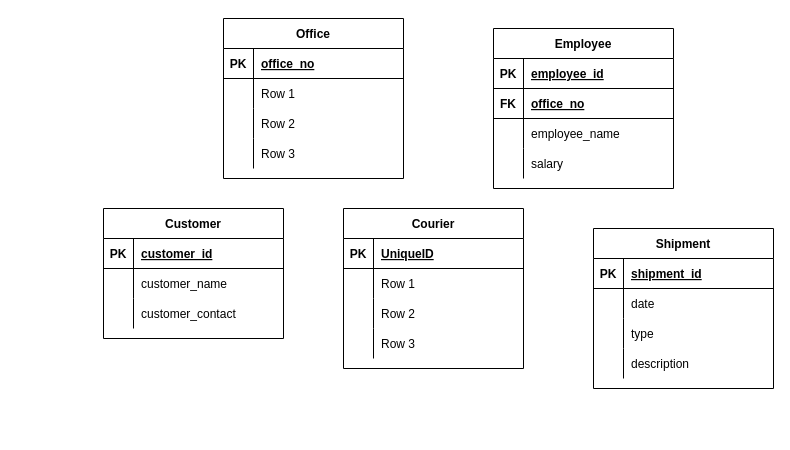
The draw.io diagram Untitled Diagram.drawio in mmuneeburahman/DB, before the edit. Source tidied: cells renumbered, new cells numbered last; positions are measured from the earlier drawing's top-left corner, leaving out a move shared by most shapes. Both pictures are drawn from the tidied source at 100%, with x=0, y=0 at pixel (103, 18).
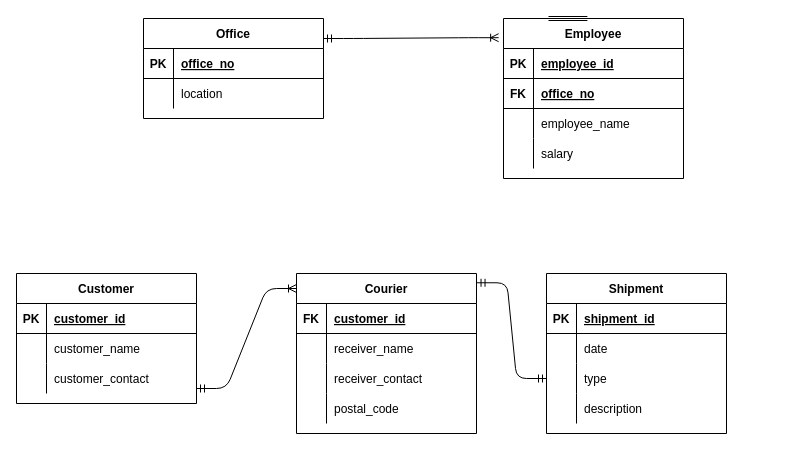
The same page after the edit.

The change refers to these unchanged cells:
```xml
<mxCell id="39" style="shape=partialRectangle;fillColor=none;top=0;left=0;bottom=1;right=0;" parent="38" vertex="1">
  <mxGeometry y="30" width="180" height="30" as="geometry" />
</mxCell>
<mxCell id="42" style="shape=partialRectangle;fillColor=none;top=0;left=0;bottom=0;right=0;" parent="38" vertex="1">
  <mxGeometry y="60" width="180" height="30" as="geometry" />
</mxCell>
<mxCell id="45" style="shape=partialRectangle;fillColor=none;top=0;left=0;bottom=0;right=0;" parent="38" vertex="1">
  <mxGeometry y="90" width="180" height="30" as="geometry" />
</mxCell>
<mxCell id="48" style="shape=partialRectangle;fillColor=none;top=0;left=0;bottom=0;right=0;" parent="38" vertex="1">
  <mxGeometry y="120" width="180" height="30" as="geometry" />
</mxCell>
```

The edit, as a diff of the source:
```diff
@@
-    <mxCell id="2" value="Office" style="shape=table;startSize=30;childLayout=tableLayout;rowLines=0;fontStyle=1;align=center;" parent="1" vertex="1">
-      <mxGeometry x="120" width="180" height="160" as="geometry" />
-    </mxCell>
-    <mxCell id="3" style="shape=partialRectangle;fillColor=none;top=0;left=0;bottom=1;right=0;" parent="2" vertex="1">
-      <mxGeometry y="30" width="180" height="30" as="geometry" />
-    </mxCell>
-    <mxCell id="4" value="PK" style="shape=partialRectangle;fillColor=none;top=0;left=0;bottom=0;right=0;fontStyle=1;overflow=hidden;" parent="3" vertex="1">
-      <mxGeometry width="30" height="30" as="geometry" />
-    </mxCell>
-    <mxCell id="5" value="office_no" style="shape=partialRectangle;fillColor=none;top=0;left=0;bottom=0;right=0;align=left;spacingLeft=6;fontStyle=5;overflow=hidden;" parent="3" vertex="1">
-      <mxGeometry x="30" width="150" height="30" as="geometry" />
-    </mxCell>
-    <mxCell id="6" style="shape=partialRectangle;fillColor=none;top=0;left=0;bottom=0;right=0;" parent="2" vertex="1">
-      <mxGeometry y="60" width="180" height="30" as="geometry" />
-    </mxCell>
-    <mxCell id="7" style="shape=partialRectangle;fillColor=none;top=0;left=0;bottom=0;right=0;overflow=hidden;" parent="6" vertex="1">
-      <mxGeometry width="30" height="30" as="geometry" />
-    </mxCell>
-    <mxCell id="8" value="Row 1" style="shape=partialRectangle;fillColor=none;top=0;left=0;bottom=0;right=0;align=left;spacingLeft=6;overflow=hidden;" parent="6" vertex="1">
-      <mxGeometry x="30" width="150" height="30" as="geometry" />
-    </mxCell>
-    <mxCell id="9" style="shape=partialRectangle;fillColor=none;top=0;left=0;bottom=0;right=0;" parent="2" vertex="1">
-      <mxGeometry y="90" width="180" height="30" as="geometry" />
-    </mxCell>
-    <mxCell id="10" style="shape=partialRectangle;fillColor=none;top=0;left=0;bottom=0;right=0;overflow=hidden;" parent="9" vertex="1">
-      <mxGeometry width="30" height="30" as="geometry" />
-    </mxCell>
-    <mxCell id="11" value="Row 2" style="shape=partialRectangle;fillColor=none;top=0;left=0;bottom=0;right=0;align=left;spacingLeft=6;overflow=hidden;" parent="9" vertex="1">
-      <mxGeometry x="30" width="150" height="30" as="geometry" />
-    </mxCell>
-    <mxCell id="12" style="shape=partialRectangle;fillColor=none;top=0;left=0;bottom=0;right=0;" parent="2" vertex="1">
-      <mxGeometry y="120" width="180" height="30" as="geometry" />
-    </mxCell>
-    <mxCell id="13" style="shape=partialRectangle;fillColor=none;top=0;left=0;bottom=0;right=0;overflow=hidden;" parent="12" vertex="1">
-      <mxGeometry width="30" height="30" as="geometry" />
-    </mxCell>
-    <mxCell id="14" value="Row 3" style="shape=partialRectangle;fillColor=none;top=0;left=0;bottom=0;right=0;align=left;spacingLeft=6;overflow=hidden;" parent="12" vertex="1">
-      <mxGeometry x="30" width="150" height="30" as="geometry" />
-    </mxCell>
     <mxCell id="15" value="Shipment" style="shape=table;startSize=30;childLayout=tableLayout;rowLines=0;fontStyle=1;align=center;" parent="1" vertex="1">
-      <mxGeometry x="490" y="210" width="180" height="160" as="geometry" />
+      <mxGeometry x="443" y="255" width="180" height="160" as="geometry" />
     </mxCell>
@@
     <mxCell id="28" value="Customer" style="shape=table;startSize=30;childLayout=tableLayout;rowLines=0;fontStyle=1;align=center;" parent="1" vertex="1">
-      <mxGeometry y="190" width="180" height="130" as="geometry" />
+      <mxGeometry x="-87" y="255" width="180" height="130" as="geometry" />
     </mxCell>
@@
     <mxCell id="38" value="Courier" style="shape=table;startSize=30;childLayout=tableLayout;rowLines=0;fontStyle=1;align=center;" parent="1" vertex="1">
-      <mxGeometry x="240" y="190" width="180" height="160" as="geometry" />
+      <mxGeometry x="193" y="255" width="180" height="160" as="geometry" />
     </mxCell>
@@
-    <mxCell id="40" value="PK" style="shape=partialRectangle;fillColor=none;top=0;left=0;bottom=0;right=0;fontStyle=1;overflow=hidden;" parent="39" vertex="1">
+    <mxCell id="40" value="FK" style="shape=partialRectangle;fillColor=none;top=0;left=0;bottom=0;right=0;fontStyle=1;overflow=hidden;" parent="39" vertex="1">
       <mxGeometry width="30" height="30" as="geometry" />
     </mxCell>
-    <mxCell id="41" value="UniqueID" style="shape=partialRectangle;fillColor=none;top=0;left=0;bottom=0;right=0;align=left;spacingLeft=6;fontStyle=5;overflow=hidden;" parent="39" vertex="1">
+    <mxCell id="41" value="customer_id" style="shape=partialRectangle;fillColor=none;top=0;left=0;bottom=0;right=0;align=left;spacingLeft=6;fontStyle=5;overflow=hidden;" parent="39" vertex="1">
       <mxGeometry x="30" width="150" height="30" as="geometry" />
     </mxCell>
@@
-    <mxCell id="44" value="Row 1" style="shape=partialRectangle;fillColor=none;top=0;left=0;bottom=0;right=0;align=left;spacingLeft=6;overflow=hidden;" parent="42" vertex="1">
+    <mxCell id="44" value="receiver_name" style="shape=partialRectangle;fillColor=none;top=0;left=0;bottom=0;right=0;align=left;spacingLeft=6;overflow=hidden;" parent="42" vertex="1">
       <mxGeometry x="30" width="150" height="30" as="geometry" />
     </mxCell>
@@
-    <mxCell id="47" value="Row 2" style="shape=partialRectangle;fillColor=none;top=0;left=0;bottom=0;right=0;align=left;spacingLeft=6;overflow=hidden;" parent="45" vertex="1">
+    <mxCell id="47" style="shape=partialRectangle;fillColor=none;top=0;left=0;bottom=0;right=0;align=left;spacingLeft=6;overflow=hidden;" parent="45" vertex="1">
       <mxGeometry x="30" width="150" height="30" as="geometry" />
     </mxCell>
@@
-    <mxCell id="50" value="Row 3" style="shape=partialRectangle;fillColor=none;top=0;left=0;bottom=0;right=0;align=left;spacingLeft=6;overflow=hidden;" parent="48" vertex="1">
+    <mxCell id="50" value="postal_code" style="shape=partialRectangle;fillColor=none;top=0;left=0;bottom=0;right=0;align=left;spacingLeft=6;overflow=hidden;" parent="48" vertex="1">
       <mxGeometry x="30" width="150" height="30" as="geometry" />
     </mxCell>
+    <mxCell id="64" value="receiver_contact" style="shape=partialRectangle;fillColor=none;top=0;left=0;bottom=0;right=0;align=left;spacingLeft=6;overflow=hidden;" parent="1" vertex="1">
+      <mxGeometry x="223" y="345" width="150" height="30" as="geometry" />
+    </mxCell>
+    <mxCell id="65" style="edgeStyle=entityRelationEdgeStyle;fontSize=12;html=1;endArrow=ERoneToMany;startArrow=ERmandOne;" parent="1" edge="1">
+      <mxGeometry relative="1" as="geometry">
+        <mxPoint x="93" y="370" as="sourcePoint" />
+        <mxPoint x="193" y="270" as="targetPoint" />
+      </mxGeometry>
+    </mxCell>
+    <mxCell id="66" style="edgeStyle=entityRelationEdgeStyle;fontSize=12;html=1;endArrow=ERmandOne;startArrow=ERmandOne;exitX=1.003;exitY=0.058;exitDx=0;exitDy=0;exitPerimeter=0;" parent="1" edge="1" source="38">
+      <mxGeometry relative="1" as="geometry">
+        <mxPoint x="443" y="360" as="targetPoint" />
+      </mxGeometry>
+    </mxCell>
+    <mxCell id="67" style="group;" parent="1" vertex="1">
+      <mxGeometry x="40" width="540" height="160" as="geometry" />
+    </mxCell>
+    <mxCell id="2" value="Office" style="shape=table;startSize=30;childLayout=tableLayout;rowLines=0;fontStyle=1;align=center;" parent="67" vertex="1">
+      <mxGeometry width="180" height="100" as="geometry" />
+    </mxCell>
+    <mxCell id="3" style="shape=partialRectangle;fillColor=none;top=0;left=0;bottom=1;right=0;" parent="2" vertex="1">
+      <mxGeometry y="30" width="180" height="30" as="geometry" />
+    </mxCell>
+    <mxCell id="4" value="PK" style="shape=partialRectangle;fillColor=none;top=0;left=0;bottom=0;right=0;fontStyle=1;overflow=hidden;" parent="3" vertex="1">
+      <mxGeometry width="30" height="30" as="geometry" />
+    </mxCell>
+    <mxCell id="5" value="office_no" style="shape=partialRectangle;fillColor=none;top=0;left=0;bottom=0;right=0;align=left;spacingLeft=6;fontStyle=5;overflow=hidden;" parent="3" vertex="1">
+      <mxGeometry x="30" width="150" height="30" as="geometry" />
+    </mxCell>
+    <mxCell id="6" style="shape=partialRectangle;fillColor=none;top=0;left=0;bottom=0;right=0;" parent="2" vertex="1">
+      <mxGeometry y="60" width="180" height="30" as="geometry" />
+    </mxCell>
+    <mxCell id="7" style="shape=partialRectangle;fillColor=none;top=0;left=0;bottom=0;right=0;overflow=hidden;" parent="6" vertex="1">
+      <mxGeometry width="30" height="30" as="geometry" />
+    </mxCell>
+    <mxCell id="8" value="location" style="shape=partialRectangle;fillColor=none;top=0;left=0;bottom=0;right=0;align=left;spacingLeft=6;overflow=hidden;" parent="6" vertex="1">
+      <mxGeometry x="30" width="150" height="30" as="geometry" />
+    </mxCell>
-    <mxCell id="51" value="Employee" style="shape=table;startSize=30;childLayout=tableLayout;rowLines=0;fontStyle=1;align=center;" parent="1" vertex="1">
-      <mxGeometry x="390" y="10" width="180" height="160" as="geometry" />
+    <mxCell id="51" value="Employee" style="shape=table;startSize=30;childLayout=tableLayout;rowLines=0;fontStyle=1;align=center;" parent="67" vertex="1">
+      <mxGeometry x="360" width="180" height="160" as="geometry" />
     </mxCell>
@@
+    <mxCell id="68" style="edgeStyle=orthogonalEdgeStyle;shape=link;rounded=0;orthogonalLoop=1;jettySize=auto;html=1;exitX=0.25;exitY=0;exitDx=0;exitDy=0;entryX=0.466;entryY=0.001;entryDx=0;entryDy=0;entryPerimeter=0;" parent="67" edge="1" source="51" target="51">
+      <mxGeometry relative="1" as="geometry" />
+    </mxCell>
+    <mxCell id="69" style="edgeStyle=entityRelationEdgeStyle;fontSize=12;html=1;endArrow=ERoneToMany;startArrow=ERmandOne;entryX=-0.027;entryY=0.12;entryDx=0;entryDy=0;entryPerimeter=0;" parent="67" edge="1" target="51">
+      <mxGeometry relative="1" as="geometry">
+        <mxPoint x="180" y="20" as="sourcePoint" />
+      </mxGeometry>
+    </mxCell>
```
